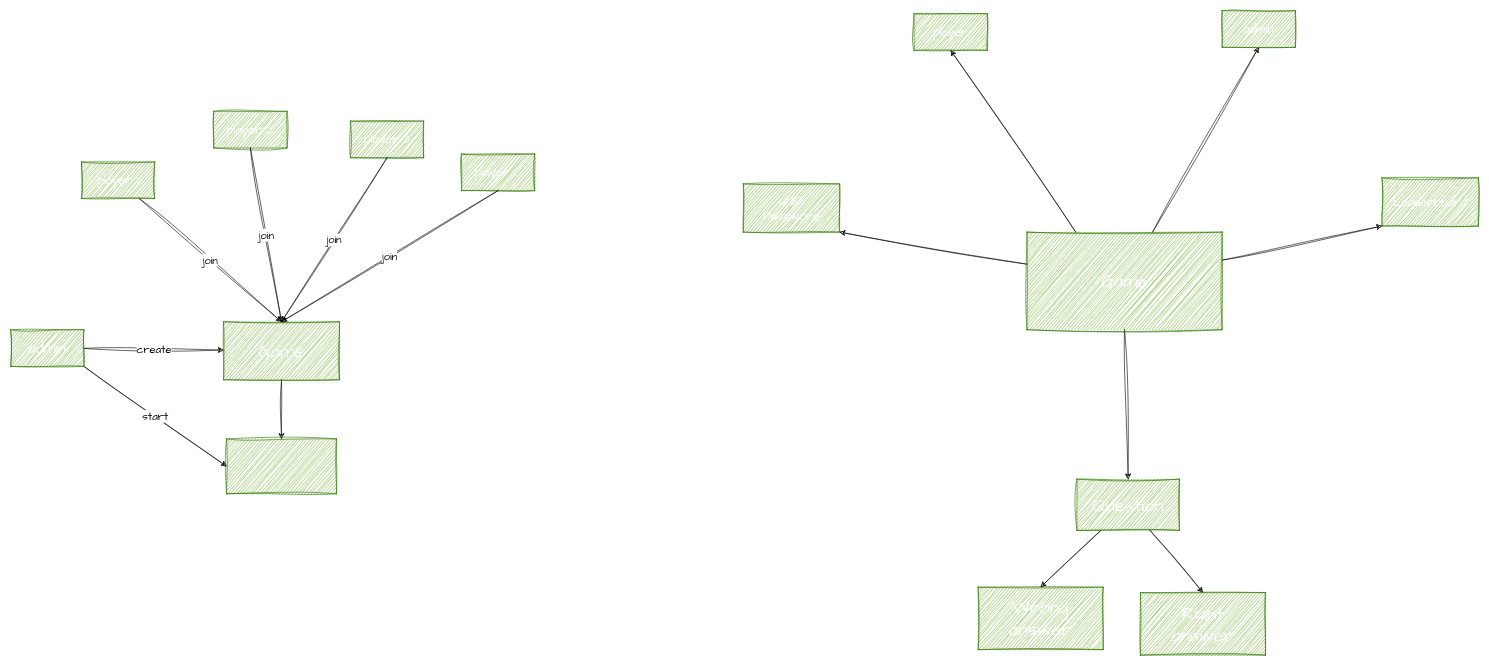
Before: page "Page-1" (1 of 3) of structure.drawio in hoanganh-ng/myhoot, a draw.io diagram. Source tidied: cells renumbered, new cells numbered last; positions are measured from the earlier drawing's top-left corner, leaving out a move shared by most shapes. Both pictures are drawn from the tidied source at 61%, with x=0, y=0 at pixel (10, 10).
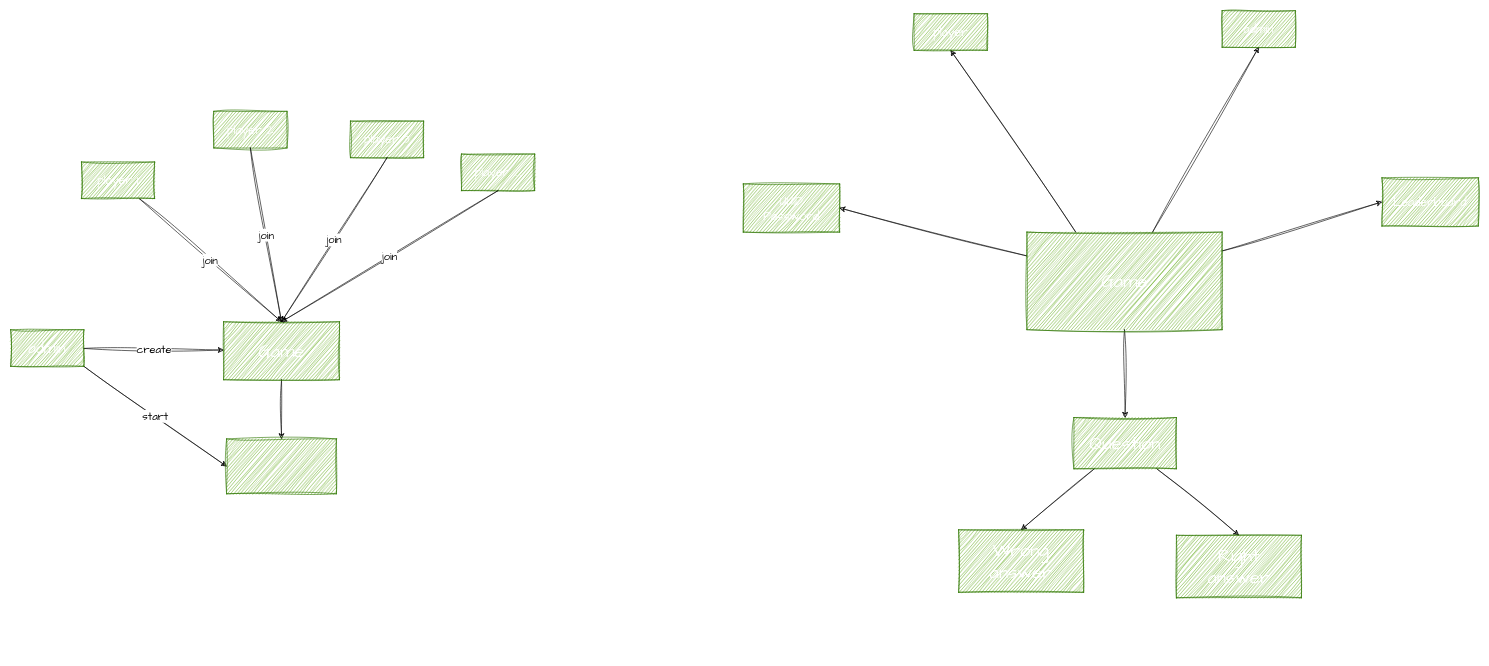
The same diagram, later.

Unchanged cells that the change refers to:
```xml
<mxCell id="21" value="Game" style="rounded=0;whiteSpace=wrap;html=1;sketch=1;hachureGap=4;jiggle=2;curveFitting=1;fontFamily=Architects Daughter;fontSize=30;fillColor=#60a917;fontColor=#ffffff;strokeColor=#2D7600;" parent="1" vertex="1">
  <mxGeometry x="1666" y="363" width="320" height="160" as="geometry" />
</mxCell>
<mxCell id="29" value="Leaderboard" style="rounded=0;whiteSpace=wrap;html=1;sketch=1;hachureGap=4;jiggle=2;curveFitting=1;fontFamily=Architects Daughter;fontSize=20;fillColor=#60a917;fontColor=#ffffff;strokeColor=#2D7600;" parent="1" vertex="1">
  <mxGeometry x="2248" y="274" width="158" height="79" as="geometry" />
</mxCell>
<mxCell id="30" value="UUID&lt;br&gt;Password" style="rounded=0;whiteSpace=wrap;html=1;sketch=1;hachureGap=4;jiggle=2;curveFitting=1;fontFamily=Architects Daughter;fontSize=20;fillColor=#60a917;fontColor=#ffffff;strokeColor=#2D7600;" parent="1" vertex="1">
  <mxGeometry x="1201" y="284" width="158" height="79" as="geometry" />
</mxCell>
```

Diff of the diagram source:
```diff
@@
-    <mxCell id="19" style="edgeStyle=none;sketch=1;hachureGap=4;jiggle=2;curveFitting=1;html=1;entryX=0;entryY=1;entryDx=0;entryDy=0;fontFamily=Architects Daughter;fontSize=16;" parent="1" edge="1" source="21" target="29">
+    <mxCell id="19" style="edgeStyle=none;sketch=1;hachureGap=4;jiggle=2;curveFitting=1;html=1;entryX=0;entryY=0.5;entryDx=0;entryDy=0;fontFamily=Architects Daughter;fontSize=16;" parent="1" edge="1" source="21" target="29">
       <mxGeometry relative="1" as="geometry" />
     </mxCell>
-    <mxCell id="20" style="edgeStyle=none;sketch=1;hachureGap=4;jiggle=2;curveFitting=1;html=1;entryX=1;entryY=1;entryDx=0;entryDy=0;fontFamily=Architects Daughter;fontSize=16;" parent="1" edge="1" source="21" target="30">
+    <mxCell id="20" style="edgeStyle=none;sketch=1;hachureGap=4;jiggle=2;curveFitting=1;html=1;entryX=1;entryY=0.5;entryDx=0;entryDy=0;fontFamily=Architects Daughter;fontSize=16;" parent="1" edge="1" source="21" target="30">
       <mxGeometry relative="1" as="geometry" />
     </mxCell>
@@
     <mxCell id="24" value="Question" style="rounded=0;whiteSpace=wrap;html=1;sketch=1;hachureGap=4;jiggle=2;curveFitting=1;fontFamily=Architects Daughter;fontSize=30;fillColor=#60a917;fontColor=#ffffff;strokeColor=#2D7600;" parent="1" vertex="1">
-      <mxGeometry x="1748" y="768" width="168" height="84" as="geometry" />
+      <mxGeometry x="1743" y="667" width="168" height="84" as="geometry" />
     </mxCell>
     <mxCell id="25" value="Wrong&lt;br&gt;answer" style="rounded=0;whiteSpace=wrap;html=1;sketch=1;hachureGap=4;jiggle=2;curveFitting=1;fontFamily=Architects Daughter;fontSize=30;fillColor=#60a917;fontColor=#ffffff;strokeColor=#2D7600;" parent="1" vertex="1">
-      <mxGeometry x="1586" y="945" width="205" height="102.5" as="geometry" />
+      <mxGeometry x="1554" y="851" width="205" height="102.5" as="geometry" />
     </mxCell>
     <mxCell id="26" value="Right&lt;br&gt;answer" style="rounded=0;whiteSpace=wrap;html=1;sketch=1;hachureGap=4;jiggle=2;curveFitting=1;fontFamily=Architects Daughter;fontSize=30;fillColor=#60a917;fontColor=#ffffff;strokeColor=#2D7600;" parent="1" vertex="1">
-      <mxGeometry x="1852" y="954" width="205" height="102.5" as="geometry" />
+      <mxGeometry x="1911" y="860" width="205" height="102.5" as="geometry" />
     </mxCell>
```
